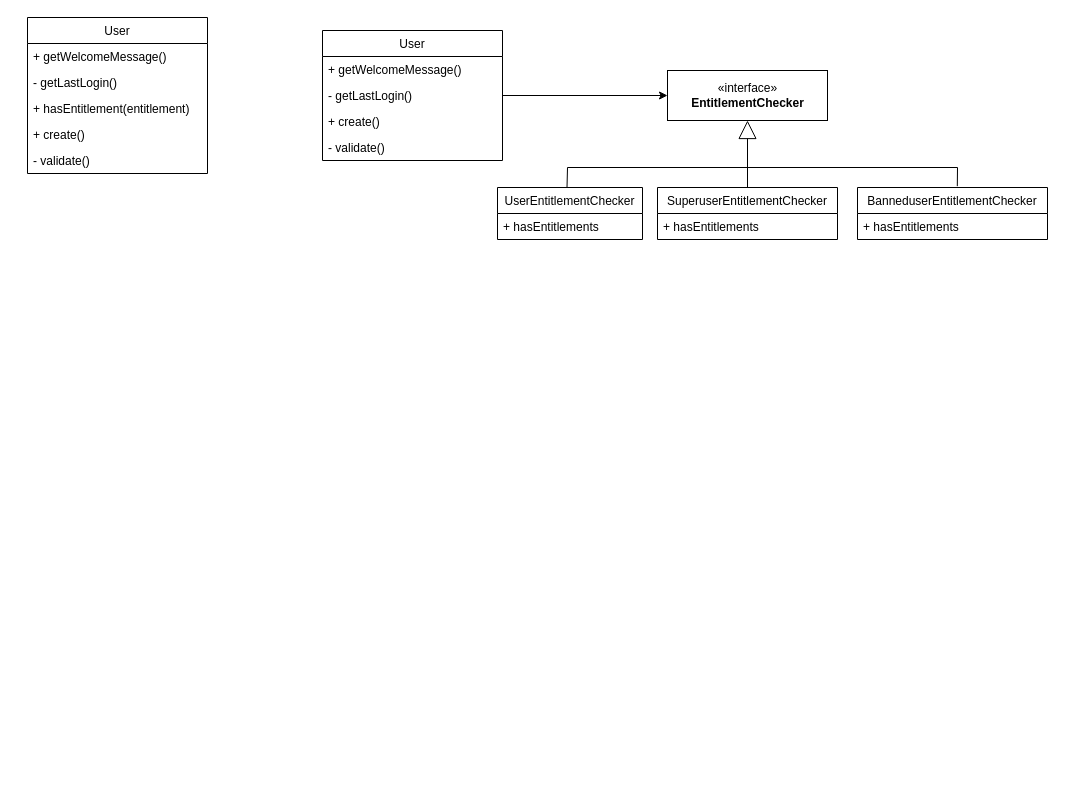
The draw.io diagram media/SOLID-single-responsibility-principle/SRP - User.drawio in JustinDFuller/medium-stories, before the edit. Source tidied: cells renumbered, new cells numbered last; positions are measured from the earlier drawing's top-left corner, leaving out a move shared by most shapes. Both pictures are drawn from the tidied source at 100%, with x=0, y=0 at pixel (27, 17).
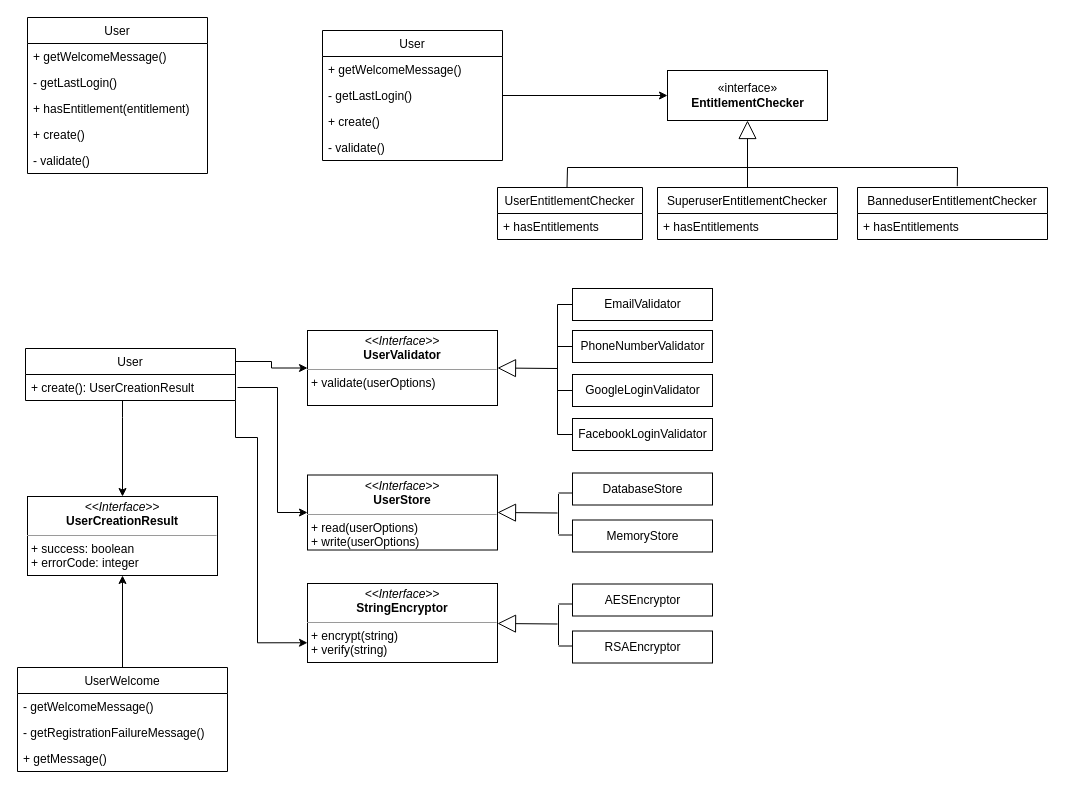
Above is the later version.

Commit message (it also covers changes not shown here):
User Creator

What changed in the source:
```diff
@@
+    <mxCell id="26" style="edgeStyle=orthogonalEdgeStyle;rounded=0;jettySize=auto;html=1;" parent="1" edge="1" source="61" target="60">
+      <mxGeometry relative="1" as="geometry">
+        <Array as="points">
+          <mxPoint x="95" y="400" />
+          <mxPoint x="95" y="400" />
+        </Array>
+      </mxGeometry>
+    </mxCell>
@@
+    <mxCell id="27" value="&lt;p style=&quot;margin: 0px ; margin-top: 4px ; text-align: center&quot;&gt;&lt;i&gt;&amp;lt;&amp;lt;Interface&amp;gt;&amp;gt;&lt;/i&gt;&lt;br&gt;&lt;b&gt;UserValidator&lt;/b&gt;&lt;/p&gt;&lt;hr size=&quot;1&quot;&gt;&lt;p style=&quot;margin: 0px ; margin-left: 4px&quot;&gt;&lt;span&gt;+ validate(userOptions)&lt;/span&gt;&lt;br&gt;&lt;/p&gt;" style="verticalAlign=top;align=left;overflow=fill;fontSize=12;fontFamily=Helvetica;html=1;" parent="1" vertex="1">
+      <mxGeometry x="280" y="313" width="190" height="75" as="geometry" />
+    </mxCell>
+    <mxCell id="28" value="EmailValidator" style="html=1;" parent="1" vertex="1">
+      <mxGeometry x="545" y="271" width="140" height="32" as="geometry" />
+    </mxCell>
+    <mxCell id="29" value="PhoneNumberValidator" style="html=1;" parent="1" vertex="1">
+      <mxGeometry x="545" y="313" width="140" height="32" as="geometry" />
+    </mxCell>
+    <mxCell id="30" value="GoogleLoginValidator" style="html=1;" parent="1" vertex="1">
+      <mxGeometry x="545" y="357" width="140" height="32" as="geometry" />
+    </mxCell>
+    <mxCell id="31" value="FacebookLoginValidator" style="html=1;" parent="1" vertex="1">
+      <mxGeometry x="545" y="401" width="140" height="32" as="geometry" />
+    </mxCell>
+    <mxCell id="32" style="endArrow=block;endSize=16;endFill=0;html=1;entryX=1;entryY=0.5;entryDx=0;entryDy=0;" parent="1" edge="1" target="27">
+      <mxGeometry relative="1" as="geometry">
+        <mxPoint x="530" y="351" as="sourcePoint" />
+      </mxGeometry>
+    </mxCell>
+    <mxCell id="33" style="endArrow=none;html=1;" parent="1" edge="1">
+      <mxGeometry relative="1" as="geometry">
+        <mxPoint x="530" y="417" as="sourcePoint" />
+        <mxPoint x="530" y="287" as="targetPoint" />
+      </mxGeometry>
+    </mxCell>
+    <mxCell id="34" style="endArrow=none;html=1;entryX=0;entryY=0.5;entryDx=0;entryDy=0;" parent="1" edge="1" target="31">
+      <mxGeometry relative="1" as="geometry">
+        <mxPoint x="530" y="417" as="sourcePoint" />
+      </mxGeometry>
+    </mxCell>
+    <mxCell id="35" style="endArrow=none;html=1;entryX=0;entryY=0.5;entryDx=0;entryDy=0;" parent="1" edge="1" target="30">
+      <mxGeometry relative="1" as="geometry">
+        <mxPoint x="530" y="373" as="sourcePoint" />
+      </mxGeometry>
+    </mxCell>
+    <mxCell id="36" style="endArrow=none;html=1;exitX=0;exitY=0.5;exitDx=0;exitDy=0;" parent="1" edge="1" source="29">
+      <mxGeometry relative="1" as="geometry">
+        <mxPoint x="530" y="329" as="targetPoint" />
+      </mxGeometry>
+    </mxCell>
+    <mxCell id="37" style="endArrow=none;html=1;exitX=0;exitY=0.5;exitDx=0;exitDy=0;" parent="1" edge="1" source="28">
+      <mxGeometry relative="1" as="geometry">
+        <mxPoint x="530" y="287" as="targetPoint" />
+      </mxGeometry>
+    </mxCell>
+    <mxCell id="38" style="edgeStyle=orthogonalEdgeStyle;rounded=0;jettySize=auto;html=1;exitX=1;exitY=0.25;exitDx=0;exitDy=0;entryX=0;entryY=0.5;entryDx=0;entryDy=0;" parent="1" edge="1" source="61" target="27">
+      <mxGeometry relative="1" as="geometry" />
+    </mxCell>
+    <mxCell id="39" style="edgeStyle=orthogonalEdgeStyle;rounded=0;jettySize=auto;html=1;exitX=0.5;exitY=0;exitDx=0;exitDy=0;" parent="1" edge="1" source="40" target="60">
+      <mxGeometry relative="1" as="geometry" />
+    </mxCell>
+    <mxCell id="40" value="UserWelcome" style="swimlane;fontStyle=0;horizontal=1;startSize=26;fillColor=none;" parent="1" vertex="1">
+      <mxGeometry x="-10" y="650" width="210" height="104" as="geometry" />
+    </mxCell>
+    <mxCell id="41" value="- getWelcomeMessage()" style="text;strokeColor=none;fillColor=none;align=left;verticalAlign=top;spacingLeft=4;spacingRight=4;overflow=hidden;" parent="40" vertex="1">
+      <mxGeometry y="26" width="210" height="26" as="geometry" />
+    </mxCell>
+    <mxCell id="42" value="- getRegistrationFailureMessage()" style="text;strokeColor=none;fillColor=none;align=left;verticalAlign=top;spacingLeft=4;spacingRight=4;overflow=hidden;" parent="40" vertex="1">
+      <mxGeometry y="52" width="210" height="26" as="geometry" />
+    </mxCell>
+    <mxCell id="43" value="+ getMessage()" style="text;strokeColor=none;fillColor=none;align=left;verticalAlign=top;spacingLeft=4;spacingRight=4;overflow=hidden;" parent="40" vertex="1">
+      <mxGeometry y="78" width="210" height="26" as="geometry" />
+    </mxCell>
+    <mxCell id="44" value="&lt;p style=&quot;margin: 0px ; margin-top: 4px ; text-align: center&quot;&gt;&lt;i&gt;&amp;lt;&amp;lt;Interface&amp;gt;&amp;gt;&lt;/i&gt;&lt;br&gt;&lt;b&gt;UserStore&lt;/b&gt;&lt;/p&gt;&lt;hr size=&quot;1&quot;&gt;&lt;p style=&quot;margin: 0px ; margin-left: 4px&quot;&gt;&lt;span&gt;+ read(userOptions)&lt;/span&gt;&lt;br&gt;&lt;/p&gt;&lt;p style=&quot;margin: 0px ; margin-left: 4px&quot;&gt;&lt;span&gt;+ write(userOptions)&lt;/span&gt;&lt;/p&gt;" style="verticalAlign=top;align=left;overflow=fill;fontSize=12;fontFamily=Helvetica;html=1;" parent="1" vertex="1">
+      <mxGeometry x="280" y="457.5" width="190" height="75" as="geometry" />
+    </mxCell>
+    <mxCell id="45" style="edgeStyle=orthogonalEdgeStyle;rounded=0;jettySize=auto;html=1;exitX=1;exitY=0.5;exitDx=0;exitDy=0;entryX=0;entryY=0.5;entryDx=0;entryDy=0;" parent="1" edge="1" target="44">
+      <mxGeometry relative="1" as="geometry">
+        <mxPoint x="210" y="370" as="sourcePoint" />
+        <Array as="points">
+          <mxPoint x="250" y="370" />
+          <mxPoint x="250" y="495" />
+        </Array>
+      </mxGeometry>
+    </mxCell>
+    <mxCell id="46" style="endArrow=block;endSize=16;endFill=0;html=1;entryX=1;entryY=0.5;entryDx=0;entryDy=0;" parent="1" edge="1" target="44">
+      <mxGeometry relative="1" as="geometry">
+        <mxPoint x="530" y="495.5" as="sourcePoint" />
+      </mxGeometry>
+    </mxCell>
+    <mxCell id="47" style="endArrow=none;html=1;" parent="1" edge="1">
+      <mxGeometry relative="1" as="geometry">
+        <mxPoint x="531" y="516.5" as="sourcePoint" />
+        <mxPoint x="531" y="476.5" as="targetPoint" />
+      </mxGeometry>
+    </mxCell>
+    <mxCell id="48" style="endArrow=none;html=1;entryX=0;entryY=0.5;entryDx=0;entryDy=0;" parent="1" edge="1">
+      <mxGeometry relative="1" as="geometry">
+        <mxPoint x="531" y="517.5" as="sourcePoint" />
+        <mxPoint x="546" y="517.5" as="targetPoint" />
+      </mxGeometry>
+    </mxCell>
+    <mxCell id="49" style="endArrow=none;html=1;exitX=0;exitY=0.5;exitDx=0;exitDy=0;" parent="1" edge="1">
+      <mxGeometry relative="1" as="geometry">
+        <mxPoint x="546" y="475.5" as="sourcePoint" />
+        <mxPoint x="531" y="475.5" as="targetPoint" />
+      </mxGeometry>
+    </mxCell>
+    <mxCell id="50" value="DatabaseStore" style="html=1;" parent="1" vertex="1">
+      <mxGeometry x="545" y="455.5" width="140" height="32" as="geometry" />
+    </mxCell>
+    <mxCell id="51" value="MemoryStore" style="html=1;" parent="1" vertex="1">
+      <mxGeometry x="545" y="502.5" width="140" height="32" as="geometry" />
+    </mxCell>
+    <mxCell id="52" value="&lt;p style=&quot;margin: 0px ; margin-top: 4px ; text-align: center&quot;&gt;&lt;i&gt;&amp;lt;&amp;lt;Interface&amp;gt;&amp;gt;&lt;/i&gt;&lt;br&gt;&lt;b&gt;StringEncryptor&lt;/b&gt;&lt;/p&gt;&lt;hr size=&quot;1&quot;&gt;&lt;p style=&quot;margin: 0px ; margin-left: 4px&quot;&gt;&lt;span&gt;+ encrypt(string)&lt;/span&gt;&lt;br&gt;&lt;/p&gt;&lt;p style=&quot;margin: 0px ; margin-left: 4px&quot;&gt;&lt;span&gt;+ verify(string)&lt;/span&gt;&lt;/p&gt;" style="verticalAlign=top;align=left;overflow=fill;fontSize=12;fontFamily=Helvetica;html=1;" parent="1" vertex="1">
+      <mxGeometry x="280" y="566" width="190" height="79" as="geometry" />
+    </mxCell>
+    <mxCell id="53" style="edgeStyle=orthogonalEdgeStyle;rounded=0;jettySize=auto;html=1;entryX=0;entryY=0.75;entryDx=0;entryDy=0;" parent="1" edge="1" source="61" target="52">
+      <mxGeometry relative="1" as="geometry">
+        <Array as="points">
+          <mxPoint x="208" y="420" />
+          <mxPoint x="230" y="420" />
+          <mxPoint x="230" y="625" />
+        </Array>
+      </mxGeometry>
+    </mxCell>
+    <mxCell id="54" style="endArrow=block;endSize=16;endFill=0;html=1;entryX=1;entryY=0.5;entryDx=0;entryDy=0;" parent="1" edge="1">
+      <mxGeometry relative="1" as="geometry">
+        <mxPoint x="530" y="606.5" as="sourcePoint" />
+        <mxPoint x="470" y="606" as="targetPoint" />
+      </mxGeometry>
+    </mxCell>
+    <mxCell id="55" style="endArrow=none;html=1;" parent="1" edge="1">
+      <mxGeometry relative="1" as="geometry">
+        <mxPoint x="531" y="627.5" as="sourcePoint" />
+        <mxPoint x="531" y="587.5" as="targetPoint" />
+      </mxGeometry>
+    </mxCell>
+    <mxCell id="56" style="endArrow=none;html=1;entryX=0;entryY=0.5;entryDx=0;entryDy=0;" parent="1" edge="1">
+      <mxGeometry relative="1" as="geometry">
+        <mxPoint x="531" y="628.5" as="sourcePoint" />
+        <mxPoint x="546" y="628.5" as="targetPoint" />
+      </mxGeometry>
+    </mxCell>
+    <mxCell id="57" style="endArrow=none;html=1;exitX=0;exitY=0.5;exitDx=0;exitDy=0;" parent="1" edge="1">
+      <mxGeometry relative="1" as="geometry">
+        <mxPoint x="546" y="586.5" as="sourcePoint" />
+        <mxPoint x="531" y="586.5" as="targetPoint" />
+      </mxGeometry>
+    </mxCell>
+    <mxCell id="58" value="AESEncryptor" style="html=1;" parent="1" vertex="1">
+      <mxGeometry x="545" y="566.5" width="140" height="32" as="geometry" />
+    </mxCell>
+    <mxCell id="59" value="RSAEncryptor" style="html=1;" parent="1" vertex="1">
+      <mxGeometry x="545" y="613.5" width="140" height="32" as="geometry" />
+    </mxCell>
+    <mxCell id="60" value="&lt;p style=&quot;margin: 0px ; margin-top: 4px ; text-align: center&quot;&gt;&lt;i&gt;&amp;lt;&amp;lt;Interface&amp;gt;&amp;gt;&lt;/i&gt;&lt;br&gt;&lt;b&gt;UserCreationResult&lt;/b&gt;&lt;/p&gt;&lt;hr size=&quot;1&quot;&gt;&lt;p style=&quot;margin: 0px ; margin-left: 4px&quot;&gt;&lt;span&gt;+ success: boolean&lt;/span&gt;&lt;/p&gt;&lt;p style=&quot;margin: 0px ; margin-left: 4px&quot;&gt;&lt;span&gt;+ errorCode: integer&lt;/span&gt;&lt;/p&gt;" style="verticalAlign=top;align=left;overflow=fill;fontSize=12;fontFamily=Helvetica;html=1;" parent="1" vertex="1">
+      <mxGeometry y="479" width="190" height="79" as="geometry" />
+    </mxCell>
+    <mxCell id="61" value="User" style="swimlane;fontStyle=0;horizontal=1;startSize=26;fillColor=none;" parent="1" vertex="1">
+      <mxGeometry x="-2" y="331" width="210" height="52" as="geometry" />
+    </mxCell>
+    <mxCell id="62" value="+ create(): UserCreationResult" style="text;strokeColor=none;fillColor=none;align=left;verticalAlign=top;spacingLeft=4;spacingRight=4;overflow=hidden;" parent="61" vertex="1">
+      <mxGeometry y="26" width="210" height="26" as="geometry" />
+    </mxCell>
```
